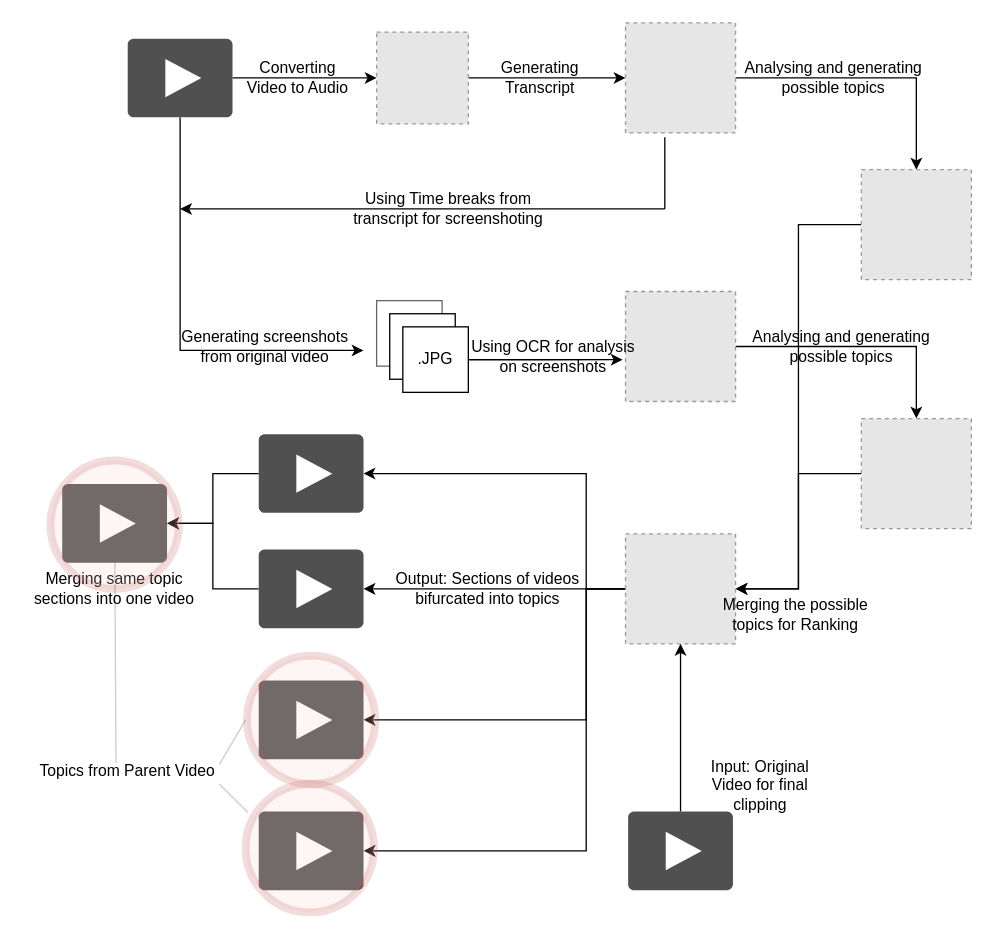
Before: page "Page-2" (2 of 2) of Untitled Diagram.drawio in shaashwatjain/Video-Processing, a draw.io diagram. Source tidied: cells renumbered, new cells numbered last; positions are measured from the earlier drawing's top-left corner, leaving out a move shared by most shapes. Both pictures are drawn from the tidied source at 131%, with x=0, y=0 at pixel (22, 22). Pictures stored in the file or linked from it are replaced by grey dashed boxes.
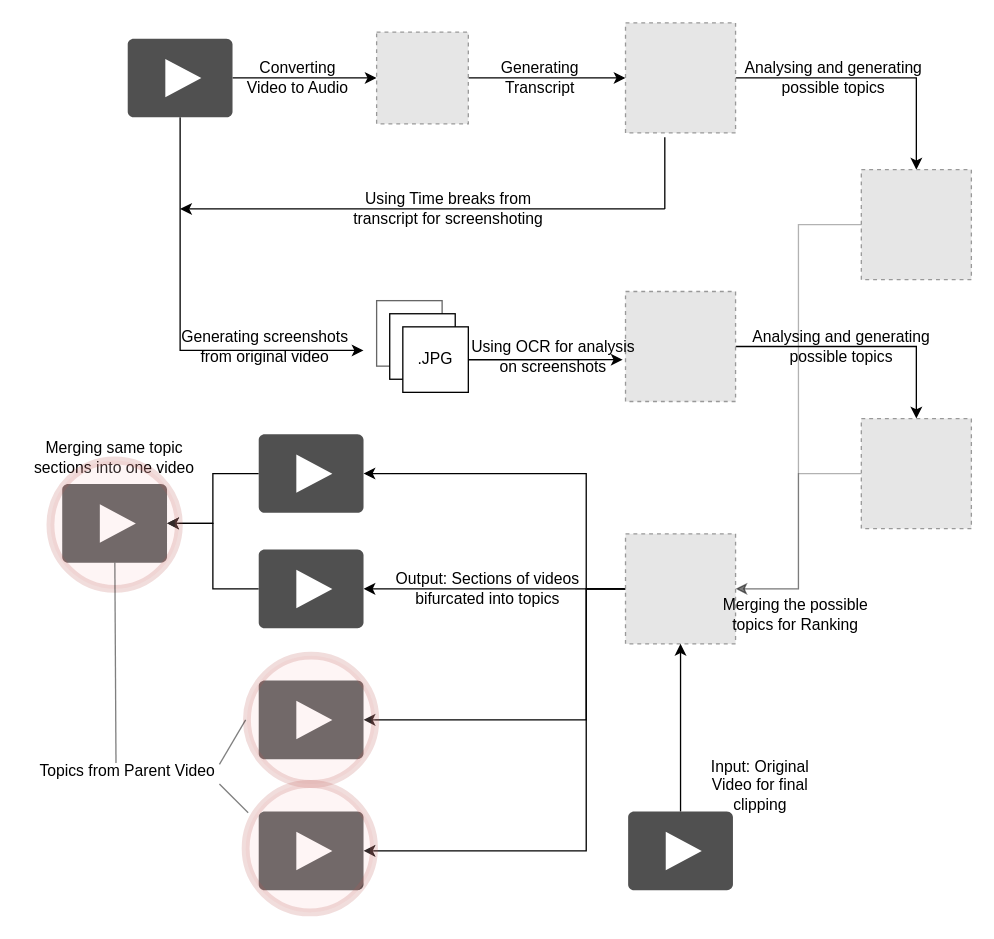
The same page after the edit.

Unchanged cells that the change refers to:
```xml
<mxCell id="19" style="fillColor=#E6E6E6;strokeColor=#999999;dashed=1;html=1;verticalAlign=top;verticalLabelPosition=bottom;labelBackgroundColor=#ffffff;" parent="1" vertex="1">
  <mxGeometry x="640" y="112" width="84" height="84" as="geometry" />
</mxCell>
<mxCell id="21" style="fillColor=#E6E6E6;strokeColor=#999999;dashed=1;html=1;verticalAlign=top;verticalLabelPosition=bottom;labelBackgroundColor=#ffffff;" parent="1" vertex="1">
  <mxGeometry x="640" y="302" width="84" height="84" as="geometry" />
</mxCell>
<mxCell id="26" style="fillColor=#E6E6E6;strokeColor=#999999;dashed=1;html=1;verticalAlign=top;verticalLabelPosition=bottom;labelBackgroundColor=#ffffff;" parent="1" vertex="1">
  <mxGeometry x="460" y="390" width="84" height="84" as="geometry" />
</mxCell>
<mxCell id="35" style="shadow=0;dashed=0;html=1;strokeColor=none;fillColor=#505050;labelPosition=center;verticalLabelPosition=bottom;verticalAlign=top;outlineConnect=0;align=center;shape=mxgraph.office.concepts.video_play;" parent="1" vertex="1">
  <mxGeometry x="30" y="352" width="80" height="60" as="geometry" />
</mxCell>
<mxCell id="49" style="ellipse;whiteSpace=wrap;html=1;opacity=20;strokeWidth=6;fillColor=#f8cecc;strokeColor=#b85450;" parent="1" vertex="1">
  <mxGeometry x="170" y="581" width="98" height="98" as="geometry" />
</mxCell>
<mxCell id="50" value="Topics from Parent Video" style="text;html=1;strokeColor=none;fillColor=none;align=center;verticalAlign=middle;whiteSpace=wrap;rounded=0;opacity=20;" parent="1" vertex="1">
  <mxGeometry x="10" y="561" width="140" height="20" as="geometry" />
</mxCell>
```

Change to the diagram source:
```diff
@@
-    <mxCell id="18" style="edgeStyle=orthogonalEdgeStyle;rounded=0;jettySize=auto;html=1;entryX=1;entryY=0.5;entryDx=0;entryDy=0;" parent="1" edge="1" source="19" target="26">
+    <mxCell id="18" style="edgeStyle=orthogonalEdgeStyle;rounded=0;jettySize=auto;html=1;entryX=1;entryY=0.5;entryDx=0;entryDy=0;opacity=30;" parent="1" edge="1" source="19" target="26">
       <mxGeometry relative="1" as="geometry" />
     </mxCell>
@@
-    <mxCell id="20" style="edgeStyle=orthogonalEdgeStyle;rounded=0;jettySize=auto;html=1;entryX=1;entryY=0.5;entryDx=0;entryDy=0;" parent="1" edge="1" source="21" target="26">
+    <mxCell id="20" style="edgeStyle=orthogonalEdgeStyle;rounded=0;jettySize=auto;html=1;entryX=1;entryY=0.5;entryDx=0;entryDy=0;opacity=30;" parent="1" edge="1" source="21" target="26">
       <mxGeometry relative="1" as="geometry" />
     </mxCell>
@@
     <mxCell id="46" value="Merging same topic sections into one video" style="text;html=1;strokeColor=none;fillColor=none;align=center;verticalAlign=middle;whiteSpace=wrap;rounded=0;" parent="1" vertex="1">
-      <mxGeometry y="422" width="140" height="20" as="geometry" />
+      <mxGeometry y="322" width="140" height="20" as="geometry" />
     </mxCell>
@@
-    <mxCell id="51" style="endArrow=none;html=1;exitX=0.436;exitY=0.2;exitDx=0;exitDy=0;exitPerimeter=0;opacity=20;" parent="1" edge="1" source="50" target="35">
+    <mxCell id="51" style="endArrow=none;html=1;exitX=0.436;exitY=0.2;exitDx=0;exitDy=0;exitPerimeter=0;opacity=50;" parent="1" edge="1" source="50" target="35">
       <mxGeometry relative="1" as="geometry" />
     </mxCell>
-    <mxCell id="52" style="endArrow=none;html=1;exitX=1;exitY=0.25;exitDx=0;exitDy=0;opacity=20;" parent="1" edge="1" source="50">
+    <mxCell id="52" style="endArrow=none;html=1;exitX=1;exitY=0.25;exitDx=0;exitDy=0;opacity=50;" parent="1" edge="1" source="50">
       <mxGeometry relative="1" as="geometry">
         <mxPoint x="170" y="532" as="targetPoint" />
       </mxGeometry>
     </mxCell>
-    <mxCell id="53" style="endArrow=none;html=1;exitX=1;exitY=1;exitDx=0;exitDy=0;opacity=20;entryX=0.02;entryY=0.224;entryDx=0;entryDy=0;entryPerimeter=0;" parent="1" edge="1" source="50" target="49">
+    <mxCell id="53" style="endArrow=none;html=1;exitX=1;exitY=1;exitDx=0;exitDy=0;opacity=50;entryX=0.02;entryY=0.224;entryDx=0;entryDy=0;entryPerimeter=0;" parent="1" edge="1" source="50" target="49">
       <mxGeometry relative="1" as="geometry" />
     </mxCell>
```
